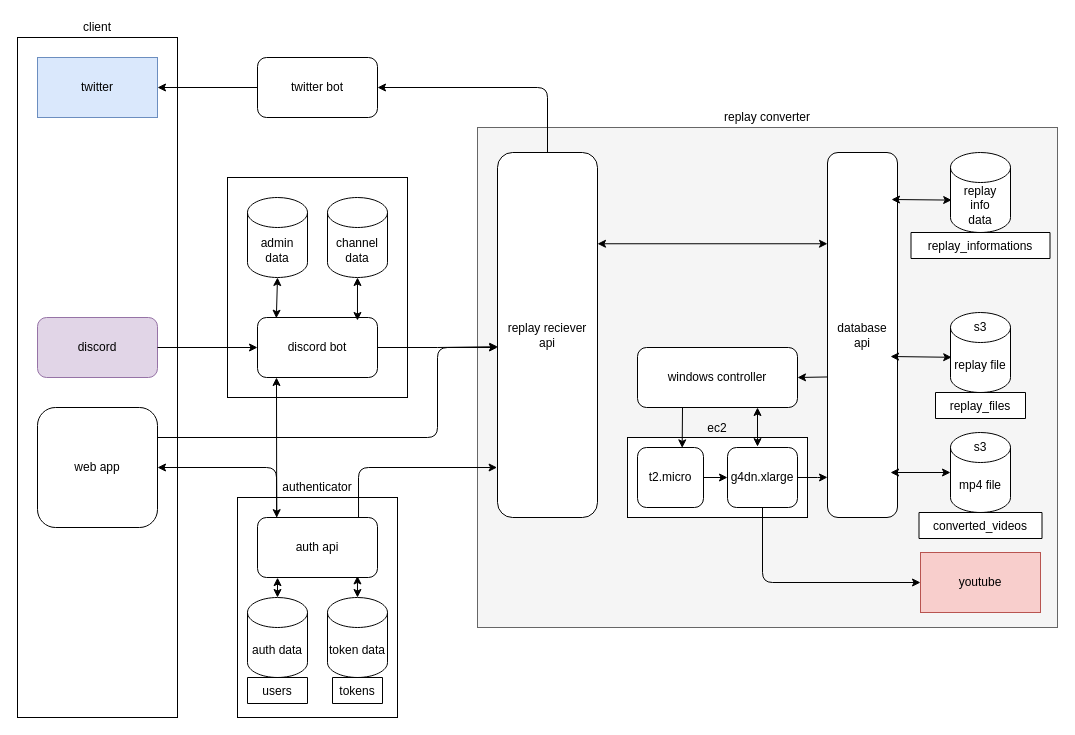
This is Untitled Diagram.drawio from tforce7171/replay_-to_video, a draw.io file, before an edit. Source tidied: cells renumbered, new cells numbered last; positions are measured from the earlier drawing's top-left corner, leaving out a move shared by most shapes. Both pictures are drawn from the tidied source at 100%, with x=0, y=0 at pixel (17, 17).
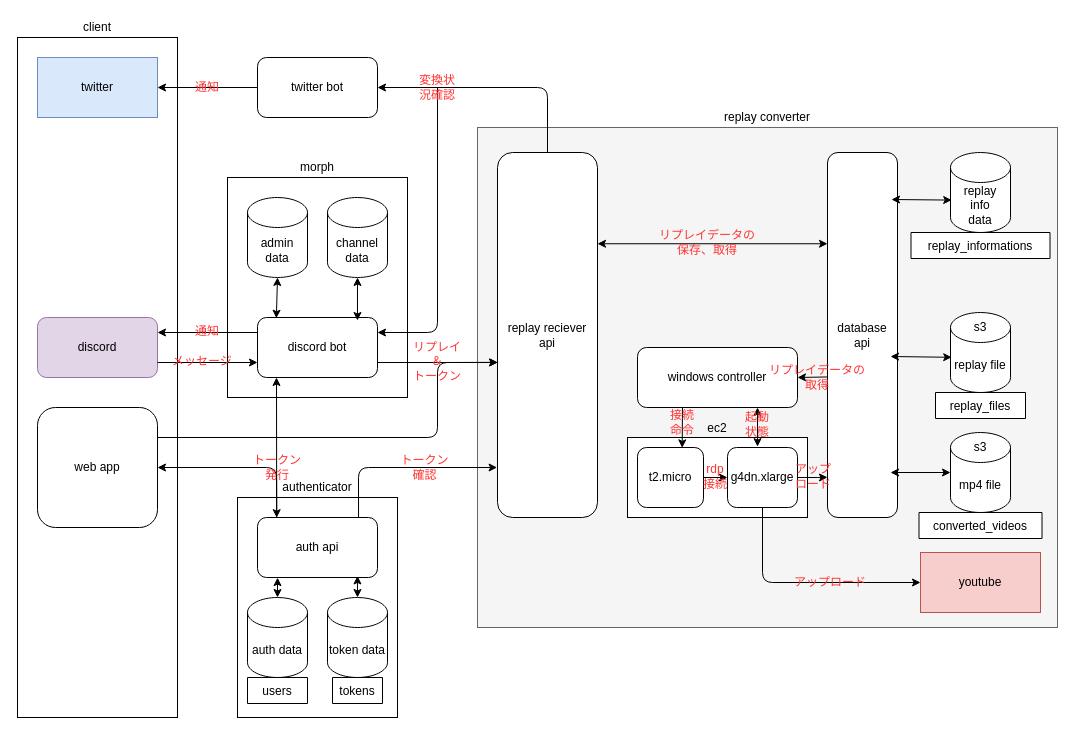
The same page after the edit.

The change refers to these unchanged cells:
```xml
<mxCell id="15" value="replay reciever&lt;br&gt;api" style="rounded=1;whiteSpace=wrap;html=1;" parent="1" vertex="1">
  <mxGeometry x="480" y="135" width="100" height="365" as="geometry" />
</mxCell>
<mxCell id="16" value="web app" style="rounded=1;whiteSpace=wrap;html=1;" parent="1" vertex="1">
  <mxGeometry x="20" y="390" width="120" height="120" as="geometry" />
</mxCell>
<mxCell id="19" value="discord" style="rounded=1;whiteSpace=wrap;html=1;fillColor=#e1d5e7;strokeColor=#9673a6;" parent="1" vertex="1">
  <mxGeometry x="20" y="300" width="120" height="60" as="geometry" />
</mxCell>
<mxCell id="21" value="discord bot" style="rounded=1;whiteSpace=wrap;html=1;" parent="1" vertex="1">
  <mxGeometry x="240" y="300" width="120" height="60" as="geometry" />
</mxCell>
```

Diff of the diagram source:
```diff
@@
-    <mxCell id="20" style="edgeStyle=orthogonalEdgeStyle;rounded=0;jettySize=auto;html=1;entryX=0.003;entryY=0.532;entryDx=0;entryDy=0;entryPerimeter=0;" parent="1" edge="1" source="21" target="15">
-      <mxGeometry relative="1" as="geometry" />
+    <mxCell id="20" style="edgeStyle=orthogonalEdgeStyle;rounded=0;jettySize=auto;html=1;exitX=1;exitY=0.75;exitDx=0;exitDy=0;" parent="1" edge="1" source="21">
+      <mxGeometry relative="1" as="geometry">
+        <mxPoint x="480" y="345" as="targetPoint" />
+      </mxGeometry>
     </mxCell>
@@
-    <mxCell id="22" style="endArrow=classic;html=1;entryX=0;entryY=0.5;entryDx=0;entryDy=0;exitX=1;exitY=0.5;exitDx=0;exitDy=0;" parent="1" edge="1" source="19" target="21">
+    <mxCell id="22" style="endArrow=classic;html=1;entryX=0;entryY=0.75;entryDx=0;entryDy=0;exitX=1;exitY=0.75;exitDx=0;exitDy=0;" parent="1" edge="1" source="19" target="21">
       <mxGeometry relative="1" as="geometry" />
     </mxCell>
@@
-    <mxCell id="54" style="endArrow=classic;html=1;exitX=1;exitY=0.25;exitDx=0;exitDy=0;" parent="1" edge="1" source="16">
+    <mxCell id="54" style="endArrow=classic;html=1;exitX=1;exitY=0.25;exitDx=0;exitDy=0;entryX=0.003;entryY=0.575;entryDx=0;entryDy=0;entryPerimeter=0;" parent="1" edge="1" source="16" target="15">
       <mxGeometry relative="1" as="geometry">
-        <mxPoint x="480" y="330" as="targetPoint" />
         <Array as="points">
           <mxPoint x="420" y="420" />
-          <mxPoint x="420" y="330" />
+          <mxPoint x="420" y="345" />
         </Array>
       </mxGeometry>
     </mxCell>
@@
+    <mxCell id="59" style="endArrow=classic;html=1;entryX=1;entryY=0.25;entryDx=0;entryDy=0;" parent="1" edge="1" target="21">
+      <mxGeometry relative="1" as="geometry">
+        <mxPoint x="420" y="70" as="sourcePoint" />
+        <Array as="points">
+          <mxPoint x="420" y="315" />
+        </Array>
+      </mxGeometry>
+    </mxCell>
+    <mxCell id="60" style="endArrow=classic;html=1;exitX=0;exitY=0.25;exitDx=0;exitDy=0;entryX=1;entryY=0.25;entryDx=0;entryDy=0;entryPerimeter=0;" parent="1" edge="1" source="21" target="19">
+      <mxGeometry relative="1" as="geometry" />
+    </mxCell>
+    <mxCell id="61" value="morph" style="text;html=1;strokeColor=none;fillColor=none;align=center;verticalAlign=middle;whiteSpace=wrap;rounded=0;" parent="1" vertex="1">
+      <mxGeometry x="280" y="140" width="40" height="20" as="geometry" />
+    </mxCell>
+    <mxCell id="62" value="トークン&lt;br&gt;発行" style="text;html=1;strokeColor=none;fillColor=none;align=center;verticalAlign=middle;whiteSpace=wrap;rounded=0;fontColor=#FF3333;" parent="1" vertex="1">
+      <mxGeometry x="235" y="440" width="50" height="20" as="geometry" />
+    </mxCell>
+    <mxCell id="63" value="トークン&lt;br&gt;確認" style="text;html=1;strokeColor=none;fillColor=none;align=center;verticalAlign=middle;whiteSpace=wrap;rounded=0;fontColor=#FF3333;" parent="1" vertex="1">
+      <mxGeometry x="380" y="440" width="55" height="20" as="geometry" />
+    </mxCell>
+    <mxCell id="64" value="変換状況確認" style="text;html=1;strokeColor=none;fillColor=none;align=center;verticalAlign=middle;whiteSpace=wrap;rounded=0;fontColor=#FF3333;" parent="1" vertex="1">
+      <mxGeometry x="400" y="60" width="40" height="20" as="geometry" />
+    </mxCell>
+    <mxCell id="65" value="通知" style="text;html=1;strokeColor=none;fillColor=none;align=center;verticalAlign=middle;whiteSpace=wrap;rounded=0;fontColor=#FF3333;" parent="1" vertex="1">
+      <mxGeometry x="170" y="60" width="40" height="20" as="geometry" />
+    </mxCell>
+    <mxCell id="66" value="通知" style="text;html=1;strokeColor=none;fillColor=none;align=center;verticalAlign=middle;whiteSpace=wrap;rounded=0;fontColor=#FF3333;" parent="1" vertex="1">
+      <mxGeometry x="170" y="304" width="40" height="20" as="geometry" />
+    </mxCell>
+    <mxCell id="67" value="リプレイ&lt;br&gt;＆&lt;br&gt;トークン" style="text;html=1;strokeColor=none;fillColor=none;align=center;verticalAlign=middle;whiteSpace=wrap;rounded=0;fontColor=#FF3333;" parent="1" vertex="1">
+      <mxGeometry x="395" y="334" width="50" height="20" as="geometry" />
+    </mxCell>
+    <mxCell id="68" value="リプレイデータの&lt;br&gt;保存、取得" style="text;html=1;strokeColor=none;fillColor=none;align=center;verticalAlign=middle;whiteSpace=wrap;rounded=0;fontColor=#FF3333;" parent="1" vertex="1">
+      <mxGeometry x="640" y="215" width="100" height="20" as="geometry" />
+    </mxCell>
+    <mxCell id="69" value="メッセージ" style="text;html=1;strokeColor=none;fillColor=none;align=center;verticalAlign=middle;whiteSpace=wrap;rounded=0;fontColor=#FF3333;" parent="1" vertex="1">
+      <mxGeometry x="150" y="334" width="70" height="20" as="geometry" />
+    </mxCell>
+    <mxCell id="70" value="リプレイデータの&lt;br&gt;取得" style="text;html=1;strokeColor=none;fillColor=none;align=center;verticalAlign=middle;whiteSpace=wrap;rounded=0;fontColor=#FF3333;" parent="1" vertex="1">
+      <mxGeometry x="750" y="350" width="100" height="20" as="geometry" />
+    </mxCell>
+    <mxCell id="71" value="rdp&lt;br&gt;接続" style="text;html=1;strokeColor=none;fillColor=none;align=center;verticalAlign=middle;whiteSpace=wrap;rounded=0;fontColor=#FF3333;" parent="1" vertex="1">
+      <mxGeometry x="678" y="449" width="40" height="20" as="geometry" />
+    </mxCell>
+    <mxCell id="72" value="起動&lt;br&gt;状態" style="text;html=1;strokeColor=none;fillColor=none;align=center;verticalAlign=middle;whiteSpace=wrap;rounded=0;fontColor=#FF3333;" parent="1" vertex="1">
+      <mxGeometry x="720" y="397" width="40" height="20" as="geometry" />
+    </mxCell>
+    <mxCell id="73" value="アップロード" style="text;html=1;strokeColor=none;fillColor=none;align=center;verticalAlign=middle;whiteSpace=wrap;rounded=0;fontColor=#FF3333;" parent="1" vertex="1">
+      <mxGeometry x="775.8" y="555" width="74.2" height="20" as="geometry" />
+    </mxCell>
+    <mxCell id="74" value="アップ&lt;br&gt;ロード" style="text;html=1;strokeColor=none;fillColor=none;align=center;verticalAlign=middle;whiteSpace=wrap;rounded=0;fontColor=#FF3333;" parent="1" vertex="1">
+      <mxGeometry x="758.9" y="449" width="74.2" height="20" as="geometry" />
+    </mxCell>
+    <mxCell id="75" value="接続&lt;br&gt;命令" style="text;html=1;strokeColor=none;fillColor=none;align=center;verticalAlign=middle;whiteSpace=wrap;rounded=0;fontColor=#FF3333;" parent="1" vertex="1">
+      <mxGeometry x="645" y="395" width="40" height="20" as="geometry" />
+    </mxCell>
```
